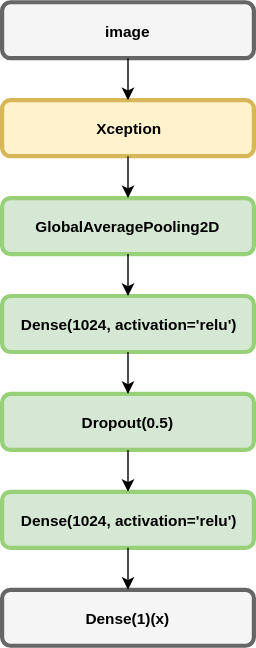
The draw.io diagram trained_models/regression/1 - Regression/plots/scheme.svg in mashaka/OutfitsComparison, before a commit. Source tidied: cells renumbered, new cells last; positions are measured from the earlier drawing's top-left corner, leaving out a move shared by most shapes.
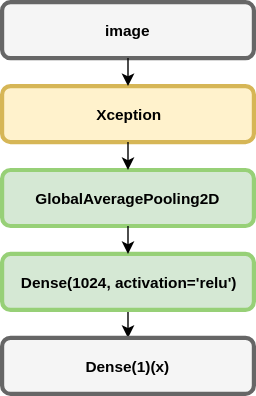
Above is the later version.

Commit message:
fix: Change an incorrect model's architecture scheme

Change to the diagram source:
```diff
@@ -6,13 +6,18 @@
       <mxGeometry width="180" height="40" as="geometry" />
     </mxCell>
     <mxCell id="3" value="Xception" style="rounded=1;whiteSpace=wrap;html=1;shadow=0;glass=0;comic=0;strokeColor=#d6b656;strokeWidth=3;fillColor=#fff2cc;fontSize=11;align=center;fontStyle=1;" parent="1" vertex="1">
-      <mxGeometry y="70" width="180" height="40" as="geometry" />
+      <mxGeometry y="60" width="180" height="40" as="geometry" />
     </mxCell>
     <mxCell id="4" value="&lt;div&gt;GlobalAveragePooling2D&lt;/div&gt;" style="rounded=1;whiteSpace=wrap;html=1;shadow=0;glass=0;comic=0;strokeColor=#97D077;strokeWidth=3;fillColor=#D5E8D4;gradientColor=none;fontSize=11;align=center;fontStyle=1;" parent="1" vertex="1">
-      <mxGeometry y="140" width="180" height="40" as="geometry" />
+      <mxGeometry y="120" width="180" height="40" as="geometry" />
     </mxCell>
+    <mxCell id="15" style="edgeStyle=orthogonalEdgeStyle;rounded=0;html=1;exitX=0.5;exitY=1;entryX=0.5;entryY=0;startArrow=none;startFill=0;endArrow=classic;endFill=1;jettySize=auto;fontSize=11;" parent="1" edge="1" source="5">
+      <mxGeometry relative="1" as="geometry">
+        <mxPoint x="90" y="240" as="targetPoint" />
+      </mxGeometry>
+    </mxCell>
     <mxCell id="5" value="&lt;div&gt;Dense(&lt;span&gt;1024&lt;/span&gt;, activation=&lt;span&gt;'relu'&lt;/span&gt;)&lt;/div&gt;" style="rounded=1;whiteSpace=wrap;html=1;shadow=0;glass=0;comic=0;strokeColor=#97D077;strokeWidth=3;fillColor=#D5E8D4;gradientColor=none;fontSize=11;align=center;fontStyle=1;" parent="1" vertex="1">
-      <mxGeometry y="210" width="180" height="40" as="geometry" />
+      <mxGeometry y="180" width="180" height="40" as="geometry" />
     </mxCell>
     <mxCell id="6" style="edgeStyle=orthogonalEdgeStyle;rounded=0;html=1;exitX=0.5;exitY=1;entryX=0.5;entryY=0;startArrow=none;startFill=0;endArrow=classic;endFill=1;jettySize=auto;fontSize=11;" parent="1" edge="1" source="2" target="3">
       <mxGeometry relative="1" as="geometry" />
@@ -24,22 +29,7 @@
       <mxGeometry relative="1" as="geometry" />
     </mxCell>
     <mxCell id="9" value="&lt;div&gt;Dense(&lt;span&gt;1&lt;/span&gt;)(x)&lt;/div&gt;" style="rounded=1;whiteSpace=wrap;html=1;shadow=0;glass=0;comic=0;strokeColor=#666666;strokeWidth=3;fillColor=#f5f5f5;fontSize=11;align=center;fontStyle=1;" parent="1" vertex="1">
-      <mxGeometry y="420" width="180" height="40" as="geometry" />
+      <mxGeometry y="240" width="180" height="40" as="geometry" />
     </mxCell>
-    <mxCell id="10" value="&lt;div&gt;Dropout(&lt;span&gt;0.5&lt;/span&gt;)&lt;/div&gt;" style="rounded=1;whiteSpace=wrap;html=1;shadow=0;glass=0;comic=0;strokeColor=#97D077;strokeWidth=3;fillColor=#D5E8D4;gradientColor=none;fontSize=11;align=center;fontStyle=1;" parent="1" vertex="1">
-      <mxGeometry y="280" width="180" height="40" as="geometry" />
-    </mxCell>
-    <mxCell id="11" value="&lt;div&gt;Dense(&lt;span&gt;1024&lt;/span&gt;, activation=&lt;span&gt;'relu'&lt;/span&gt;)&lt;/div&gt;" style="rounded=1;whiteSpace=wrap;html=1;shadow=0;glass=0;comic=0;strokeColor=#97D077;strokeWidth=3;fillColor=#D5E8D4;gradientColor=none;fontSize=11;align=center;fontStyle=1;" parent="1" vertex="1">
-      <mxGeometry y="350" width="180" height="40" as="geometry" />
-    </mxCell>
-    <mxCell id="12" style="edgeStyle=orthogonalEdgeStyle;rounded=0;html=1;exitX=0.5;exitY=1;entryX=0.5;entryY=0;startArrow=none;startFill=0;endArrow=classic;endFill=1;jettySize=auto;fontSize=11;" parent="1" edge="1" source="5" target="10">
-      <mxGeometry relative="1" as="geometry" />
-    </mxCell>
-    <mxCell id="13" style="edgeStyle=orthogonalEdgeStyle;rounded=0;html=1;exitX=0.5;exitY=1;entryX=0.5;entryY=0;startArrow=none;startFill=0;endArrow=classic;endFill=1;jettySize=auto;fontSize=11;" parent="1" edge="1" source="10" target="11">
-      <mxGeometry relative="1" as="geometry" />
-    </mxCell>
-    <mxCell id="14" style="edgeStyle=orthogonalEdgeStyle;rounded=0;html=1;exitX=0.5;exitY=1;entryX=0.5;entryY=0;startArrow=none;startFill=0;endArrow=classic;endFill=1;jettySize=auto;fontSize=11;" parent="1" edge="1" source="11" target="9">
-      <mxGeometry relative="1" as="geometry" />
-    </mxCell>
   </root>
 </mxGraphModel>
```
